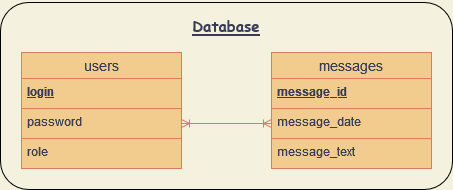
This is writer-reader-db.drawio.png from RazumeetsyaDanila/writer-reader-app, a draw.io export, as it was before one commit. Source tidied: cells renumbered, new cells last; positions are measured from the earlier drawing's top-left corner, leaving out a move shared by most shapes. Its diagram source:
```xml
<mxGraphModel background="#F4F1DE">
  <root>
    <mxCell id="0" />
    <mxCell id="1" parent="0" />
    <mxCell id="2" value="users" style="swimlane;fontStyle=0;horizontal=1;startSize=26;align=center;fontSize=14;fillColor=#F2CC8F;strokeColor=#E07A5F;fontColor=#393C56;" parent="1" vertex="1">
      <mxGeometry x="21" y="50" width="160" height="116" as="geometry" />
    </mxCell>
    <mxCell id="3" value="login" style="text;spacingLeft=4;spacingRight=4;overflow=hidden;fontSize=12;fontStyle=5;fillColor=#F2CC8F;strokeColor=#E07A5F;fontColor=#393C56;" parent="2" vertex="1">
      <mxGeometry y="26" width="160" height="30" as="geometry" />
    </mxCell>
    <mxCell id="4" value="password" style="text;spacingLeft=4;spacingRight=4;overflow=hidden;points=[[0,0.5],[1,0.5]];portConstraint=eastwest;fontSize=12;fillColor=#F2CC8F;strokeColor=#E07A5F;fontColor=#393C56;" parent="2" vertex="1">
      <mxGeometry y="56" width="160" height="30" as="geometry" />
    </mxCell>
    <mxCell id="5" value="role" style="text;spacingLeft=4;spacingRight=4;overflow=hidden;fontSize=12;fillColor=#F2CC8F;strokeColor=#E07A5F;fontColor=#393C56;" parent="2" vertex="1">
      <mxGeometry y="86" width="160" height="30" as="geometry" />
    </mxCell>
    <mxCell id="6" value="messages" style="swimlane;fontStyle=0;horizontal=1;startSize=26;align=center;fontSize=14;fillColor=#F2CC8F;strokeColor=#E07A5F;fontColor=#393C56;" parent="1" vertex="1">
      <mxGeometry x="271" y="50" width="160" height="116" as="geometry" />
    </mxCell>
    <mxCell id="7" value="message_id" style="text;spacingLeft=4;spacingRight=4;overflow=hidden;fontSize=12;fontStyle=5;fillColor=#F2CC8F;strokeColor=#E07A5F;fontColor=#393C56;" parent="6" vertex="1">
      <mxGeometry y="26" width="160" height="30" as="geometry" />
    </mxCell>
    <mxCell id="8" value="message_date" style="text;spacingLeft=4;spacingRight=4;overflow=hidden;points=[[0,0.5],[1,0.5]];portConstraint=eastwest;fontSize=12;fillColor=#F2CC8F;strokeColor=#E07A5F;fontColor=#393C56;" parent="6" vertex="1">
      <mxGeometry y="56" width="160" height="30" as="geometry" />
    </mxCell>
    <mxCell id="9" value="message_text" style="text;spacingLeft=4;spacingRight=4;overflow=hidden;fontSize=12;fillColor=#F2CC8F;strokeColor=#E07A5F;fontColor=#393C56;" parent="6" vertex="1">
      <mxGeometry y="86" width="160" height="30" as="geometry" />
    </mxCell>
    <mxCell id="10" style="edgeStyle=entityRelationEdgeStyle;fontSize=12;html=1;endArrow=ERoneToMany;startArrow=ERoneToMany;rounded=0;entryX=0;entryY=0.5;entryDx=0;entryDy=0;exitX=1;exitY=0.5;exitDx=0;exitDy=0;fillColor=#F2CC8F;strokeColor=#E07A5F;labelBackgroundColor=#F4F1DE;fontColor=#393C56;" parent="1" edge="1" source="4" target="8">
      <mxGeometry relative="1" as="geometry" />
    </mxCell>
    <mxCell id="11" style="rounded=1;whiteSpace=wrap;html=1;sketch=0;fillColor=none;" parent="1" vertex="1">
      <mxGeometry width="452" height="187" as="geometry" />
    </mxCell>
    <mxCell id="12" value="&lt;h2&gt;&lt;u&gt;&lt;font style=&quot;font-size: 15px&quot; face=&quot;Comic Sans MS&quot;&gt;Database&lt;/font&gt;&lt;/u&gt;&lt;/h2&gt;" style="text;html=1;strokeColor=none;fillColor=none;align=center;verticalAlign=middle;whiteSpace=wrap;rounded=0;sketch=0;fontColor=#393C56;" parent="1" vertex="1">
      <mxGeometry x="163" y="7" width="126" height="32" as="geometry" />
    </mxCell>
  </root>
</mxGraphModel>
```
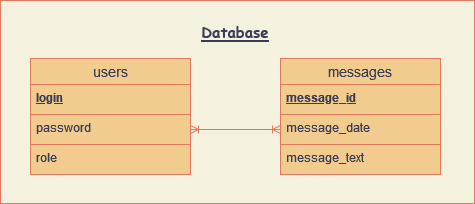
The same file after the commit.

The edit, as a diff of the source:
```diff
@@ -29,11 +29,11 @@
     <mxCell id="10" style="edgeStyle=entityRelationEdgeStyle;fontSize=12;html=1;endArrow=ERoneToMany;startArrow=ERoneToMany;rounded=0;entryX=0;entryY=0.5;entryDx=0;entryDy=0;exitX=1;exitY=0.5;exitDx=0;exitDy=0;fillColor=#F2CC8F;strokeColor=#E07A5F;labelBackgroundColor=#F4F1DE;fontColor=#393C56;" parent="1" edge="1" source="4" target="8">
       <mxGeometry relative="1" as="geometry" />
     </mxCell>
-    <mxCell id="11" style="rounded=1;whiteSpace=wrap;html=1;sketch=0;fillColor=none;" parent="1" vertex="1">
-      <mxGeometry width="452" height="187" as="geometry" />
-    </mxCell>
     <mxCell id="12" value="&lt;h2&gt;&lt;u&gt;&lt;font style=&quot;font-size: 15px&quot; face=&quot;Comic Sans MS&quot;&gt;Database&lt;/font&gt;&lt;/u&gt;&lt;/h2&gt;" style="text;html=1;strokeColor=none;fillColor=none;align=center;verticalAlign=middle;whiteSpace=wrap;rounded=0;sketch=0;fontColor=#393C56;" parent="1" vertex="1">
       <mxGeometry x="163" y="7" width="126" height="32" as="geometry" />
     </mxCell>
+    <mxCell id="13" style="rounded=0;whiteSpace=wrap;html=1;sketch=0;fontFamily=Comic Sans MS;fontSize=15;fontColor=#393C56;strokeColor=#E07A5F;fillColor=none;" parent="1" vertex="1">
+      <mxGeometry x="-9" y="-8" width="474" height="203" as="geometry" />
+    </mxCell>
   </root>
 </mxGraphModel>
```
